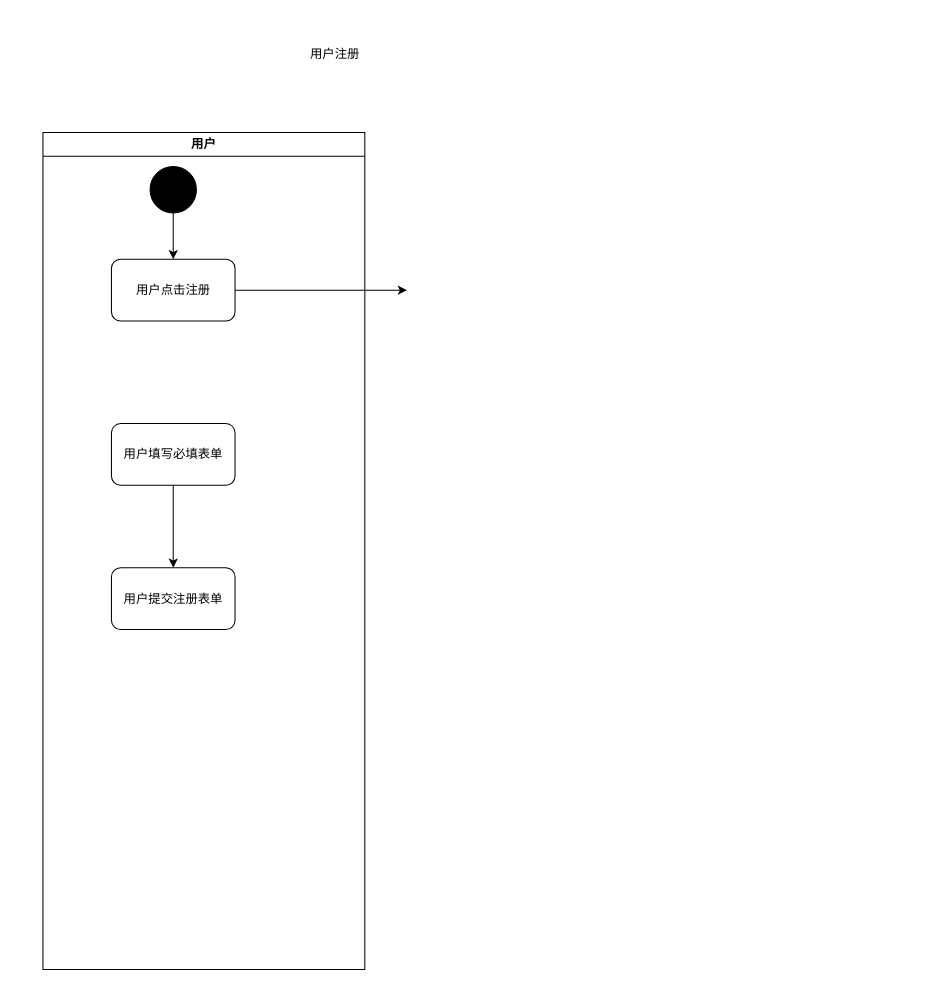
This is A.drawio from FJY321/111, a draw.io file, before an edit. Source tidied: cells renumbered, new cells numbered last; positions are measured from the earlier drawing's top-left corner, leaving out a move shared by most shapes. Both pictures are drawn from the tidied source at 103%, with x=0, y=0 at pixel (-215, 18).
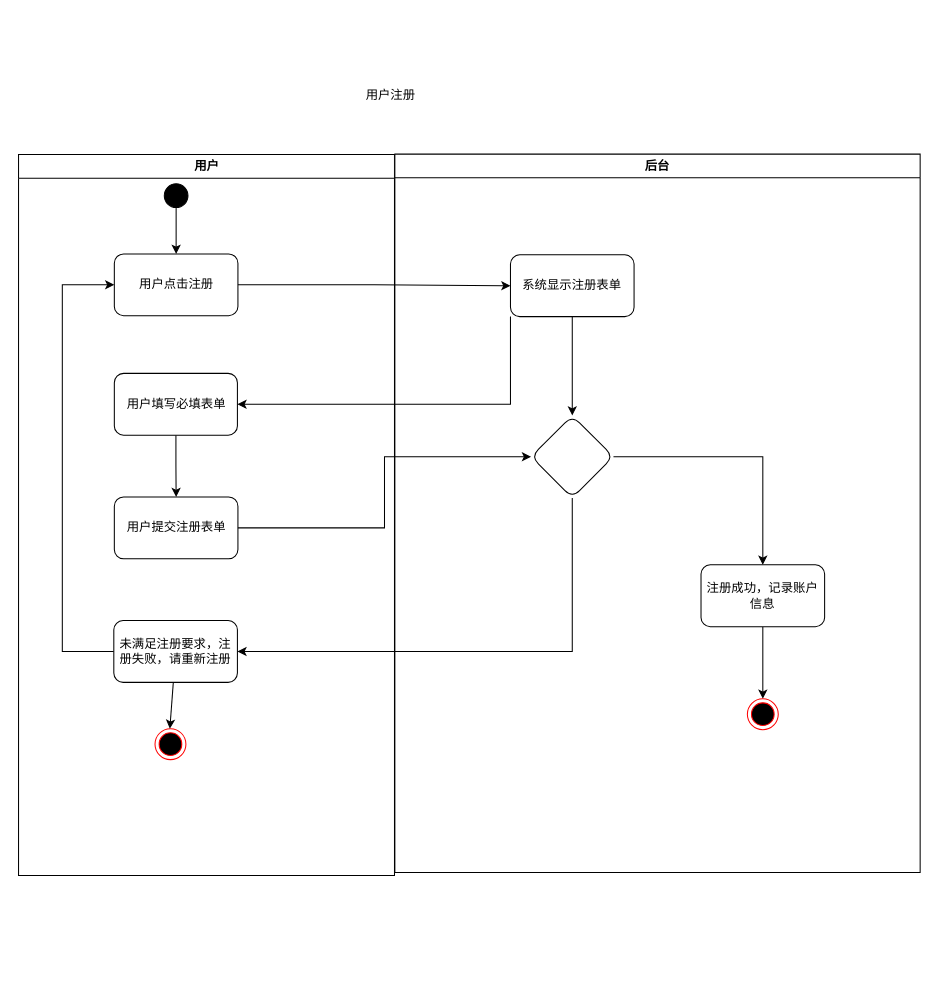
The same diagram, later.

Diff of the diagram source:
```diff
@@
     <mxCell id="2" value="用户注册" style="text;strokeColor=none;align=center;fillColor=none;html=1;verticalAlign=middle;whiteSpace=wrap;rounded=0;" parent="1" vertex="1">
-      <mxGeometry x="469" width="130" height="70" as="geometry" />
+      <mxGeometry x="523" y="40" width="130" height="70" as="geometry" />
     </mxCell>
     <mxCell id="3" value="用户" style="swimlane;horizontal=0;whiteSpace=wrap;html=1;rotation=90;" parent="1" vertex="1">
-      <mxGeometry x="0.2" y="361.2" width="812.5" height="312.5" as="geometry" />
+      <mxGeometry x="59" y="300" width="700" height="365" as="geometry" />
     </mxCell>
-    <mxCell id="4" style="edgeStyle=orthogonalEdgeStyle;rounded=0;jettySize=auto;html=1;" parent="3" edge="1" source="5">
-      <mxGeometry relative="1" as="geometry">
-        <mxPoint x="603.5" y="-97" as="targetPoint" />
-      </mxGeometry>
-    </mxCell>
     <mxCell id="5" value="用户点击注册" style="rounded=1;whiteSpace=wrap;html=1;" parent="3" vertex="1">
-      <mxGeometry x="316.5" y="-127" width="120" height="60" as="geometry" />
+      <mxGeometry x="260.5" y="-71" width="120" height="60" as="geometry" />
     </mxCell>
@@
     <mxCell id="7" style="ellipse;whiteSpace=wrap;html=1;fillColor=#000000;" parent="3" vertex="1">
-      <mxGeometry x="354" y="-217" width="45" height="45" as="geometry" />
+      <mxGeometry x="309" y="-139" width="23" height="23" as="geometry" />
     </mxCell>
@@
     <mxCell id="9" value="用户填写必填表单" style="rounded=1;whiteSpace=wrap;html=1;" parent="3" vertex="1">
-      <mxGeometry x="316.5" y="32.5" width="120" height="60" as="geometry" />
+      <mxGeometry x="260.5" y="45" width="119.5" height="60" as="geometry" />
     </mxCell>
     <mxCell id="10" value="用户提交注册表单" style="whiteSpace=wrap;html=1;rounded=1;" parent="3" vertex="1">
-      <mxGeometry x="316.5" y="172.5" width="120" height="60" as="geometry" />
+      <mxGeometry x="260.5" y="165" width="120" height="60" as="geometry" />
     </mxCell>
+    <mxCell id="11" style="edgeStyle=orthogonalEdgeStyle;rounded=0;jettySize=auto;html=1;exitX=0;exitY=0.5;exitDx=0;exitDy=0;entryX=0;entryY=0.5;entryDx=0;entryDy=0;" parent="3" edge="1" source="12" target="5">
+      <mxGeometry relative="1" as="geometry">
+        <Array as="points">
+          <mxPoint x="210" y="315" />
+          <mxPoint x="210" y="-41" />
+        </Array>
+      </mxGeometry>
+    </mxCell>
+    <mxCell id="12" value="未满足注册要求，注册失败，请重新注册" style="whiteSpace=wrap;html=1;rounded=1;" parent="3" vertex="1">
+      <mxGeometry x="260" y="285" width="120" height="60" as="geometry" />
+    </mxCell>
+    <mxCell id="13" value="后台" style="swimlane;horizontal=0;whiteSpace=wrap;html=1;rotation=90;" parent="1" vertex="1">
+      <mxGeometry x="498.1" y="225.9" width="697.5" height="510" as="geometry" />
+    </mxCell>
+    <mxCell id="14" style="edgeStyle=orthogonalEdgeStyle;rounded=0;jettySize=auto;html=1;" parent="13" edge="1" source="15" target="17">
+      <mxGeometry relative="1" as="geometry" />
+    </mxCell>
+    <mxCell id="15" value="系统显示注册表单" style="rounded=1;whiteSpace=wrap;html=1;align=center;" parent="13" vertex="1">
+      <mxGeometry x="206" y="4" width="120" height="60" as="geometry" />
+    </mxCell>
+    <mxCell id="16" style="edgeStyle=orthogonalEdgeStyle;rounded=0;jettySize=auto;html=1;exitX=1;exitY=0.5;exitDx=0;exitDy=0;entryX=0.5;entryY=0;entryDx=0;entryDy=0;" parent="13" edge="1" source="17" target="19">
+      <mxGeometry relative="1" as="geometry" />
+    </mxCell>
+    <mxCell id="17" style="rhombus;whiteSpace=wrap;html=1;rounded=1;" parent="13" vertex="1">
+      <mxGeometry x="226" y="160" width="80" height="80" as="geometry" />
+    </mxCell>
+    <mxCell id="18" style="edgeStyle=orthogonalEdgeStyle;rounded=0;jettySize=auto;html=1;" parent="13" edge="1" source="19">
+      <mxGeometry relative="1" as="geometry">
+        <mxPoint x="451" y="435" as="targetPoint" />
+      </mxGeometry>
+    </mxCell>
+    <mxCell id="19" value="注册成功，记录账户信息" style="rounded=1;whiteSpace=wrap;html=1;" parent="13" vertex="1">
+      <mxGeometry x="391" y="305" width="120" height="60" as="geometry" />
+    </mxCell>
+    <mxCell id="20" style="ellipse;html=1;shape=endState;fillColor=#000000;strokeColor=#ff0000;" parent="13" vertex="1">
+      <mxGeometry x="436" y="435" width="30" height="30" as="geometry" />
+    </mxCell>
+    <mxCell id="4" style="edgeStyle=orthogonalEdgeStyle;rounded=0;jettySize=auto;html=1;" parent="1" edge="1" source="5" target="15">
+      <mxGeometry relative="1" as="geometry" />
+    </mxCell>
+    <mxCell id="21" style="edgeStyle=orthogonalEdgeStyle;rounded=0;jettySize=auto;html=1;exitX=1;exitY=0.5;exitDx=0;exitDy=0;entryX=0;entryY=0.5;entryDx=0;entryDy=0;" parent="1" edge="1" source="10" target="17">
+      <mxGeometry relative="1" as="geometry" />
+    </mxCell>
+    <mxCell id="22" style="edgeStyle=orthogonalEdgeStyle;rounded=0;jettySize=auto;html=1;exitX=0.5;exitY=1;exitDx=0;exitDy=0;entryX=1;entryY=0.5;entryDx=0;entryDy=0;" parent="1" edge="1" source="17" target="12">
+      <mxGeometry relative="1" as="geometry" />
+    </mxCell>
+    <mxCell id="23" style="edgeStyle=orthogonalEdgeStyle;rounded=0;jettySize=auto;html=1;exitX=0;exitY=1;exitDx=0;exitDy=0;entryX=1;entryY=0.5;entryDx=0;entryDy=0;" parent="1" edge="1" source="15" target="9">
+      <mxGeometry relative="1" as="geometry" />
+    </mxCell>
+    <mxCell id="24" style="ellipse;html=1;shape=endState;fillColor=#000000;strokeColor=#ff0000;" parent="1" vertex="1">
+      <mxGeometry x="359" y="690" width="30" height="30" as="geometry" />
+    </mxCell>
+    <mxCell id="25" style="endArrow=classic;html=1;rounded=0;" parent="1" edge="1" source="12">
+      <mxGeometry relative="1" as="geometry">
+        <mxPoint x="373.4" y="690" as="targetPoint" />
+      </mxGeometry>
+    </mxCell>
```
